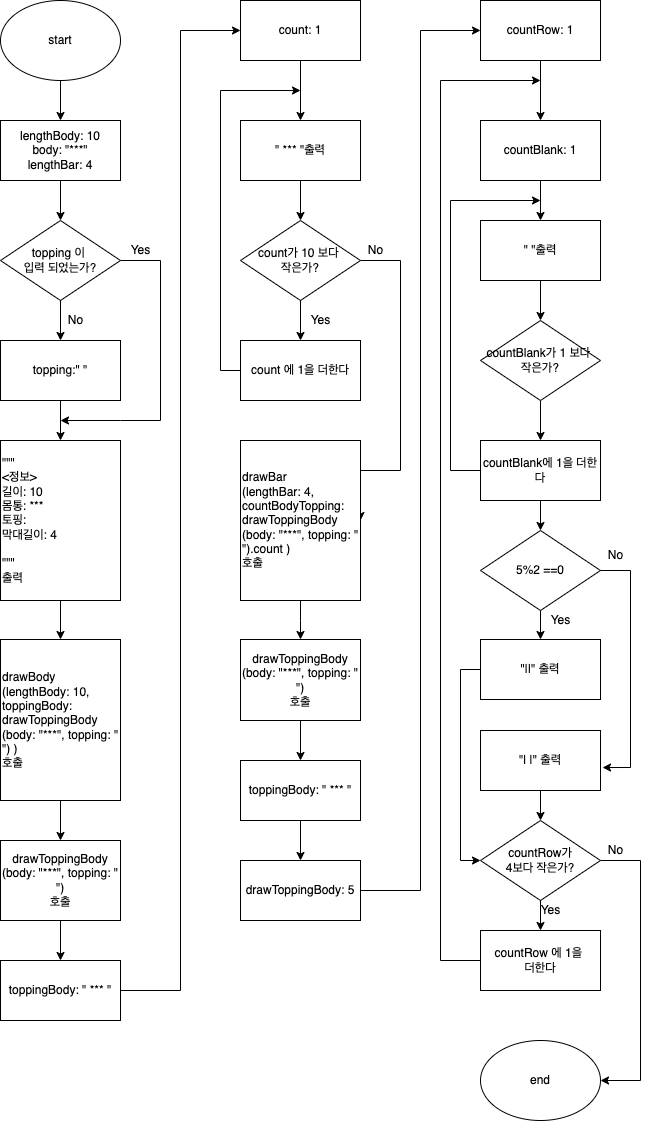
Above: flowchartStep3.png in yagom-academy/swift-starter-Round1 (draw.io), before the change. Source tidied: cells renumbered, new cells last; positions are measured from the earlier drawing's top-left corner, leaving out a move shared by most shapes.
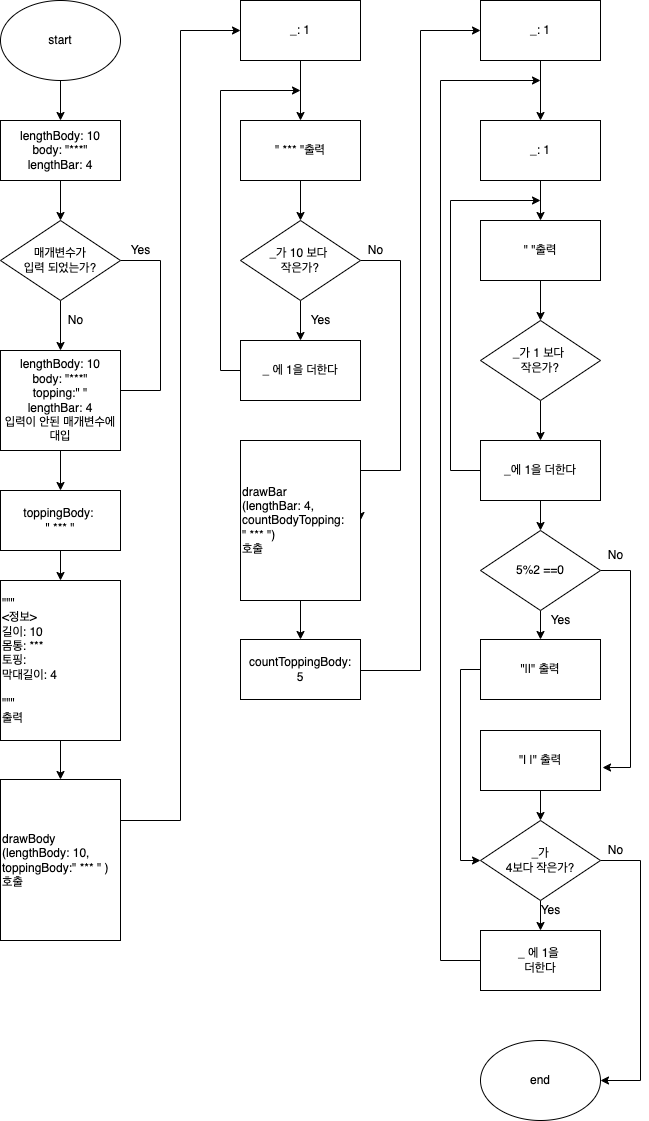
The same diagram one commit later.

Commit message:
edit Week1 Step3 flowchart

The edit, as a diff of the source:
```diff
@@ -19,25 +19,26 @@
         <mxPoint x="60" y="420" as="targetPoint" />
         <Array as="points">
           <mxPoint x="160" y="260" />
-          <mxPoint x="160" y="420" />
+          <mxPoint x="160" y="390" />
+          <mxPoint x="120" y="390" />
           <mxPoint x="120" y="420" />
         </Array>
       </mxGeometry>
     </mxCell>
-    <mxCell id="7" value="topping 이 &lt;br&gt;입력 되었는가?" style="rhombus;whiteSpace=wrap;html=1;" parent="1" vertex="1">
+    <mxCell id="7" value="매개변수가&lt;br&gt;입력 되었는가?" style="rhombus;whiteSpace=wrap;html=1;" parent="1" vertex="1">
       <mxGeometry y="220" width="120" height="80" as="geometry" />
     </mxCell>
-    <mxCell id="8" style="edgeStyle=orthogonalEdgeStyle;rounded=0;jettySize=auto;html=1;entryX=0.5;entryY=0;entryDx=0;entryDy=0;" parent="1" edge="1" source="9" target="11">
-      <mxGeometry relative="1" as="geometry" />
-    </mxCell>
+    <mxCell id="71" style="edgeStyle=orthogonalEdgeStyle;rounded=0;jettySize=auto;html=1;entryX=0.5;entryY=0;entryDx=0;entryDy=0;" parent="1" edge="1" source="9" target="73">
+      <mxGeometry relative="1" as="geometry" />
+    </mxCell>
-    <mxCell id="9" value="topping:&quot; &quot;" style="rounded=0;whiteSpace=wrap;html=1;" parent="1" vertex="1">
-      <mxGeometry y="340" width="120" height="60" as="geometry" />
+    <mxCell id="9" value="lengthBody: 10&lt;br&gt;body: &quot;***&quot;&lt;br&gt;topping:&quot; &quot;&lt;br&gt;lengthBar: 4&lt;br&gt;입력이 안된 매개변수에&lt;br&gt;대입" style="rounded=0;whiteSpace=wrap;html=1;" parent="1" vertex="1">
+      <mxGeometry y="350" width="120" height="100" as="geometry" />
     </mxCell>
     <mxCell id="10" style="edgeStyle=orthogonalEdgeStyle;rounded=0;jettySize=auto;html=1;exitX=0.5;exitY=1;exitDx=0;exitDy=0;entryX=0.5;entryY=0;entryDx=0;entryDy=0;" parent="1" edge="1" source="11" target="16">
       <mxGeometry relative="1" as="geometry" />
     </mxCell>
     <mxCell id="11" value="&quot;&quot;&quot;&lt;br&gt;&amp;lt;정보&amp;gt;&lt;br&gt;길이: 10&lt;br&gt;몸통: ***&lt;br&gt;토핑:&amp;nbsp;&lt;br&gt;막대길이: 4&lt;br&gt;&lt;br&gt;&quot;&quot;&quot;&lt;br&gt;출력" style="rounded=0;whiteSpace=wrap;html=1;align=left;" parent="1" vertex="1">
-      <mxGeometry y="440" width="120" height="160" as="geometry" />
+      <mxGeometry y="580" width="120" height="160" as="geometry" />
     </mxCell>
     <mxCell id="12" style="endArrow=classic;html=1;rounded=0;exitX=0.5;exitY=1;exitDx=0;exitDy=0;entryX=0.5;entryY=0;entryDx=0;entryDy=0;" parent="1" edge="1" source="2" target="4">
       <mxGeometry relative="1" as="geometry" />
@@ -48,34 +49,29 @@
     <mxCell id="14" value="Yes" style="text;html=1;align=center;verticalAlign=middle;strokeColor=none;fillColor=none;" parent="1" vertex="1">
       <mxGeometry x="120" y="240" width="40" height="20" as="geometry" />
     </mxCell>
-    <mxCell id="15" style="edgeStyle=orthogonalEdgeStyle;rounded=0;jettySize=auto;html=1;entryX=0.5;entryY=0;entryDx=0;entryDy=0;" parent="1" edge="1" source="16" target="18">
-      <mxGeometry relative="1" as="geometry" />
-    </mxCell>
-    <mxCell id="16" value="drawBody&lt;br&gt;(lengthBody: 10, toppingBody: drawToppingBody&lt;br&gt;(body: &quot;***&quot;, topping: &quot; &quot;) )&lt;br&gt;호출" style="rounded=0;whiteSpace=wrap;html=1;align=left;" parent="1" vertex="1">
-      <mxGeometry y="639" width="120" height="161" as="geometry" />
+    <mxCell id="16" value="drawBody&lt;br&gt;(lengthBody: 10, toppingBody:&quot; *** &quot;&amp;nbsp;)&lt;br&gt;호출" style="rounded=0;whiteSpace=wrap;html=1;align=left;" parent="1" vertex="1">
+      <mxGeometry y="779" width="120" height="161" as="geometry" />
     </mxCell>
-    <mxCell id="17" style="edgeStyle=orthogonalEdgeStyle;rounded=0;jettySize=auto;html=1;exitX=0.5;exitY=1;exitDx=0;exitDy=0;" parent="1" edge="1" source="18" target="22">
-      <mxGeometry relative="1" as="geometry" />
-    </mxCell>
-    <mxCell id="18" value="drawToppingBody&lt;br&gt;(body: &quot;***&quot;, topping: &quot; &quot;)&lt;br&gt;호출" style="rounded=0;whiteSpace=wrap;html=1;" parent="1" vertex="1">
-      <mxGeometry y="840" width="120" height="80" as="geometry" />
-    </mxCell>
     <mxCell id="19" style="edgeStyle=orthogonalEdgeStyle;rounded=0;orthogonalLoop=1;jettySize=auto;html=1;exitX=0.5;exitY=1;exitDx=0;exitDy=0;" parent="1" edge="1" source="16" target="16">
       <mxGeometry relative="1" as="geometry" />
     </mxCell>
     <mxCell id="20" style="edgeStyle=orthogonalEdgeStyle;rounded=0;orthogonalLoop=1;jettySize=auto;html=1;exitX=0.5;exitY=1;exitDx=0;exitDy=0;" parent="1" edge="1" source="16" target="16">
       <mxGeometry relative="1" as="geometry" />
     </mxCell>
-    <mxCell id="21" style="edgeStyle=orthogonalEdgeStyle;rounded=0;jettySize=auto;html=1;exitX=1;exitY=0.5;exitDx=0;exitDy=0;entryX=0;entryY=0.5;entryDx=0;entryDy=0;" parent="1" edge="1" source="22" target="24">
-      <mxGeometry relative="1" as="geometry" />
+    <mxCell id="21" style="edgeStyle=orthogonalEdgeStyle;rounded=0;jettySize=auto;html=1;entryX=0;entryY=0.5;entryDx=0;entryDy=0;" parent="1" edge="1" target="24">
+      <mxGeometry relative="1" as="geometry">
+        <mxPoint x="120" y="820" as="sourcePoint" />
+        <Array as="points">
+          <mxPoint x="120" y="820" />
+          <mxPoint x="180" y="820" />
+          <mxPoint x="180" y="30" />
+        </Array>
+      </mxGeometry>
     </mxCell>
-    <mxCell id="22" value="toppingBody: &quot; *** &quot;" style="rounded=0;whiteSpace=wrap;html=1;" parent="1" vertex="1">
-      <mxGeometry y="960" width="120" height="60" as="geometry" />
-    </mxCell>
     <mxCell id="23" style="edgeStyle=orthogonalEdgeStyle;rounded=0;jettySize=auto;html=1;entryX=0.5;entryY=0;entryDx=0;entryDy=0;" parent="1" edge="1" source="24" target="26">
       <mxGeometry relative="1" as="geometry" />
     </mxCell>
-    <mxCell id="24" value="count: 1" style="rounded=0;whiteSpace=wrap;html=1;" parent="1" vertex="1">
+    <mxCell id="24" value="_: 1" style="rounded=0;whiteSpace=wrap;html=1;" parent="1" vertex="1">
       <mxGeometry x="240" width="120" height="60" as="geometry" />
     </mxCell>
     <mxCell id="25" style="edgeStyle=orthogonalEdgeStyle;rounded=0;jettySize=auto;html=1;exitX=0.5;exitY=1;exitDx=0;exitDy=0;entryX=0.5;entryY=0;entryDx=0;entryDy=0;" parent="1" edge="1" source="26" target="29">
@@ -95,7 +91,7 @@
         </Array>
       </mxGeometry>
     </mxCell>
-    <mxCell id="29" value="count가 10 보다&amp;nbsp;&lt;br&gt;작은가?" style="rhombus;whiteSpace=wrap;html=1;" parent="1" vertex="1">
+    <mxCell id="29" value="_가 10 보다&amp;nbsp;&lt;br&gt;작은가?" style="rhombus;whiteSpace=wrap;html=1;" parent="1" vertex="1">
       <mxGeometry x="240" y="220" width="120" height="80" as="geometry" />
     </mxCell>
     <mxCell id="30" style="edgeStyle=orthogonalEdgeStyle;rounded=0;jettySize=auto;html=1;" parent="1" edge="1" source="31">
@@ -106,13 +102,15 @@
         </Array>
       </mxGeometry>
     </mxCell>
-    <mxCell id="31" value="count 에 1을 더한다" style="rounded=0;whiteSpace=wrap;html=1;" parent="1" vertex="1">
+    <mxCell id="31" value="_ 에 1을 더한다" style="rounded=0;whiteSpace=wrap;html=1;" parent="1" vertex="1">
       <mxGeometry x="240" y="340" width="120" height="60" as="geometry" />
     </mxCell>
-    <mxCell id="32" style="edgeStyle=orthogonalEdgeStyle;rounded=0;jettySize=auto;html=1;entryX=0.5;entryY=0;entryDx=0;entryDy=0;" parent="1" edge="1" source="33" target="37">
-      <mxGeometry relative="1" as="geometry" />
+    <mxCell id="32" style="edgeStyle=orthogonalEdgeStyle;rounded=0;jettySize=auto;html=1;entryX=0.5;entryY=0;entryDx=0;entryDy=0;" parent="1" edge="1" source="33">
+      <mxGeometry relative="1" as="geometry">
+        <mxPoint x="300" y="639" as="targetPoint" />
+      </mxGeometry>
     </mxCell>
-    <mxCell id="33" value="drawBar&lt;br&gt;(lengthBar: 4,&lt;br&gt;countBodyTopping:&lt;br&gt;&lt;span style=&quot;&quot;&gt;drawToppingBody&lt;/span&gt;&lt;br style=&quot;&quot;&gt;&lt;span style=&quot;&quot;&gt;(body: &quot;***&quot;, topping: &quot; &quot;).count )&lt;/span&gt;&lt;br style=&quot;&quot;&gt;호출" style="rounded=0;whiteSpace=wrap;html=1;align=left;" parent="1" vertex="1">
+    <mxCell id="33" value="drawBar&lt;br&gt;(lengthBar: 4,&lt;br&gt;countBodyTopping:&lt;br&gt;&lt;span style=&quot;&quot;&gt;&quot; *** &quot;)&lt;/span&gt;&lt;br style=&quot;&quot;&gt;호출" style="rounded=0;whiteSpace=wrap;html=1;align=left;" parent="1" vertex="1">
       <mxGeometry x="240" y="440" width="120" height="160" as="geometry" />
     </mxCell>
     <mxCell id="34" value="Yes" style="text;html=1;align=center;verticalAlign=middle;strokeColor=none;fillColor=none;" parent="1" vertex="1">
@@ -121,34 +119,25 @@
     <mxCell id="35" value="No" style="text;html=1;align=center;verticalAlign=middle;strokeColor=none;fillColor=none;" parent="1" vertex="1">
       <mxGeometry x="360" y="240" width="30" height="20" as="geometry" />
     </mxCell>
-    <mxCell id="36" style="edgeStyle=orthogonalEdgeStyle;rounded=0;jettySize=auto;html=1;entryX=0.5;entryY=0;entryDx=0;entryDy=0;" parent="1" edge="1" source="37" target="39">
-      <mxGeometry relative="1" as="geometry" />
-    </mxCell>
-    <mxCell id="37" value="drawToppingBody&lt;br&gt;(body: &quot;***&quot;, topping: &quot; &quot;)&lt;br&gt;호출" style="rounded=0;whiteSpace=wrap;html=1;" parent="1" vertex="1">
-      <mxGeometry x="240" y="639" width="120" height="81" as="geometry" />
-    </mxCell>
-    <mxCell id="38" style="edgeStyle=orthogonalEdgeStyle;rounded=0;jettySize=auto;html=1;" parent="1" edge="1" source="39" target="41">
-      <mxGeometry relative="1" as="geometry" />
-    </mxCell>
-    <mxCell id="39" value="toppingBody: &quot; *** &quot;" style="rounded=0;whiteSpace=wrap;html=1;" parent="1" vertex="1">
-      <mxGeometry x="240" y="760" width="120" height="60" as="geometry" />
-    </mxCell>
-    <mxCell id="40" style="edgeStyle=orthogonalEdgeStyle;rounded=0;jettySize=auto;html=1;entryX=0;entryY=0.5;entryDx=0;entryDy=0;" parent="1" edge="1" source="41" target="43">
-      <mxGeometry relative="1" as="geometry" />
+    <mxCell id="40" style="edgeStyle=orthogonalEdgeStyle;rounded=0;jettySize=auto;html=1;entryX=0;entryY=0.5;entryDx=0;entryDy=0;exitX=1;exitY=0.5;exitDx=0;exitDy=0;" parent="1" edge="1" source="74" target="43">
+      <mxGeometry relative="1" as="geometry">
+        <Array as="points">
+          <mxPoint x="360" y="670" />
+          <mxPoint x="420" y="670" />
+          <mxPoint x="420" y="30" />
+        </Array>
+      </mxGeometry>
     </mxCell>
-    <mxCell id="41" value="drawToppingBody: 5" style="rounded=0;whiteSpace=wrap;html=1;" parent="1" vertex="1">
-      <mxGeometry x="240" y="860" width="120" height="60" as="geometry" />
-    </mxCell>
     <mxCell id="42" style="edgeStyle=orthogonalEdgeStyle;rounded=0;jettySize=auto;html=1;" parent="1" edge="1" source="43" target="45">
       <mxGeometry relative="1" as="geometry" />
     </mxCell>
-    <mxCell id="43" value="countRow: 1" style="rounded=0;whiteSpace=wrap;html=1;" parent="1" vertex="1">
+    <mxCell id="43" value="_: 1" style="rounded=0;whiteSpace=wrap;html=1;" parent="1" vertex="1">
       <mxGeometry x="480" width="120" height="60" as="geometry" />
     </mxCell>
     <mxCell id="44" style="edgeStyle=orthogonalEdgeStyle;rounded=0;jettySize=auto;html=1;entryX=0.5;entryY=0;entryDx=0;entryDy=0;" parent="1" edge="1" source="45" target="47">
       <mxGeometry relative="1" as="geometry" />
     </mxCell>
-    <mxCell id="45" value="countBlank: 1" style="rounded=0;whiteSpace=wrap;html=1;" parent="1" vertex="1">
+    <mxCell id="45" value="_: 1" style="rounded=0;whiteSpace=wrap;html=1;" parent="1" vertex="1">
       <mxGeometry x="480" y="120" width="120" height="60" as="geometry" />
     </mxCell>
     <mxCell id="46" style="edgeStyle=orthogonalEdgeStyle;rounded=0;jettySize=auto;html=1;" parent="1" edge="1" source="47" target="49">
@@ -160,7 +149,7 @@
     <mxCell id="48" style="edgeStyle=orthogonalEdgeStyle;rounded=0;jettySize=auto;html=1;entryX=0.5;entryY=0;entryDx=0;entryDy=0;" parent="1" edge="1" source="49" target="52">
       <mxGeometry relative="1" as="geometry" />
     </mxCell>
-    <mxCell id="49" value="countBlank가 1 보다&amp;nbsp;&lt;br&gt;작은가?" style="rhombus;whiteSpace=wrap;html=1;" parent="1" vertex="1">
+    <mxCell id="49" value="_가 1 보다&amp;nbsp;&lt;br&gt;작은가?" style="rhombus;whiteSpace=wrap;html=1;" parent="1" vertex="1">
       <mxGeometry x="480" y="320" width="120" height="80" as="geometry" />
     </mxCell>
     <mxCell id="50" style="edgeStyle=orthogonalEdgeStyle;rounded=0;jettySize=auto;html=1;" parent="1" edge="1" source="52">
@@ -174,7 +163,7 @@
     <mxCell id="51" style="edgeStyle=orthogonalEdgeStyle;rounded=0;jettySize=auto;html=1;entryX=0.5;entryY=0;entryDx=0;entryDy=0;" parent="1" edge="1" source="52" target="55">
       <mxGeometry relative="1" as="geometry" />
     </mxCell>
-    <mxCell id="52" value="countBlank에 1을 더한다" style="rounded=0;whiteSpace=wrap;html=1;" parent="1" vertex="1">
+    <mxCell id="52" value="_에 1을 더한다" style="rounded=0;whiteSpace=wrap;html=1;" parent="1" vertex="1">
       <mxGeometry x="480" y="440" width="120" height="60" as="geometry" />
     </mxCell>
     <mxCell id="53" style="edgeStyle=orthogonalEdgeStyle;rounded=0;jettySize=auto;html=1;entryX=0.5;entryY=0;entryDx=0;entryDy=0;" parent="1" edge="1" source="55" target="57">
@@ -228,7 +217,7 @@
         </Array>
       </mxGeometry>
     </mxCell>
-    <mxCell id="65" value="countRow가&lt;br&gt;4보다 작은가?" style="rhombus;whiteSpace=wrap;html=1;" parent="1" vertex="1">
+    <mxCell id="65" value="_가&lt;br&gt;4보다 작은가?" style="rhombus;whiteSpace=wrap;html=1;" parent="1" vertex="1">
       <mxGeometry x="480" y="820" width="120" height="80" as="geometry" />
     </mxCell>
     <mxCell id="66" style="edgeStyle=orthogonalEdgeStyle;rounded=0;jettySize=auto;html=1;exitX=0;exitY=0.5;exitDx=0;exitDy=0;" parent="1" edge="1" source="67">
@@ -239,7 +228,7 @@
         </Array>
       </mxGeometry>
     </mxCell>
-    <mxCell id="67" value="countRow 에 1을&amp;nbsp;&lt;br&gt;더한다" style="rounded=0;whiteSpace=wrap;html=1;" parent="1" vertex="1">
+    <mxCell id="67" value="_ 에 1을&amp;nbsp;&lt;br&gt;더한다" style="rounded=0;whiteSpace=wrap;html=1;" parent="1" vertex="1">
       <mxGeometry x="480" y="930" width="120" height="60" as="geometry" />
     </mxCell>
     <mxCell id="68" value="end" style="ellipse;whiteSpace=wrap;html=1;" parent="1" vertex="1">
@@ -251,5 +240,14 @@
     <mxCell id="70" value="Yes" style="text;html=1;align=center;verticalAlign=middle;strokeColor=none;fillColor=none;" parent="1" vertex="1">
       <mxGeometry x="530" y="900" width="40" height="20" as="geometry" />
     </mxCell>
+    <mxCell id="72" style="edgeStyle=orthogonalEdgeStyle;rounded=0;jettySize=auto;html=1;" parent="1" edge="1" source="73" target="11">
+      <mxGeometry relative="1" as="geometry" />
+    </mxCell>
+    <mxCell id="73" value="toppingBody:&amp;nbsp;&lt;br&gt;&quot; *** &quot;" style="rounded=0;whiteSpace=wrap;html=1;" parent="1" vertex="1">
+      <mxGeometry y="490" width="120" height="60" as="geometry" />
+    </mxCell>
+    <mxCell id="74" value="countToppingBody:&lt;br&gt;5" style="rounded=0;whiteSpace=wrap;html=1;" parent="1" vertex="1">
+      <mxGeometry x="240" y="639" width="120" height="60" as="geometry" />
+    </mxCell>
   </root>
 </mxGraphModel>
```
